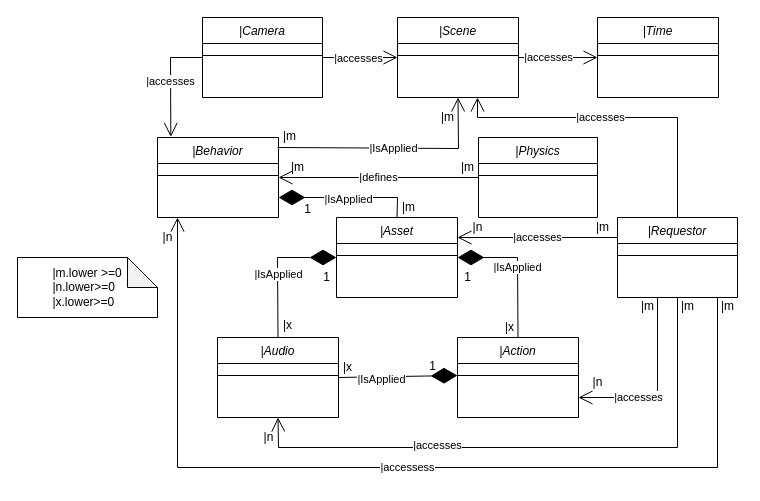
This is main.drawio from sai11101989/vrsemantics, a draw.io file, before an edit. Source tidied: cells renumbered, new cells numbered last; positions are measured from the earlier drawing's top-left corner, leaving out a move shared by most shapes. Both pictures are drawn from the tidied source at 100%, with x=0, y=0 at pixel (17, 17).
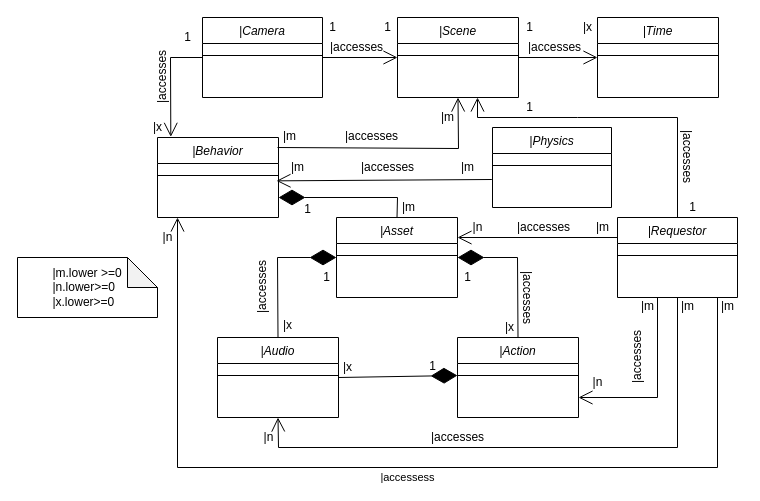
The same page after the edit.

The change refers to these unchanged cells:
```xml
<mxCell id="2" value="|Asset" style="swimlane;fontStyle=2;align=center;verticalAlign=top;horizontal=1;startSize=26;rounded=0;shadow=0;strokeWidth=1;" parent="1" vertex="1">
  <mxGeometry x="319" y="200" width="121" height="80" as="geometry" />
</mxCell>
<mxCell id="4" value="|Action" style="swimlane;fontStyle=2;align=center;verticalAlign=top;horizontal=1;startSize=26;rounded=0;shadow=0;strokeWidth=1;" parent="1" vertex="1">
  <mxGeometry x="440" y="320" width="121" height="80" as="geometry" />
</mxCell>
<mxCell id="8" value="|Scene" style="swimlane;fontStyle=2;align=center;verticalAlign=top;horizontal=1;startSize=26;rounded=0;shadow=0;strokeWidth=1;" parent="1" vertex="1">
  <mxGeometry x="380" width="121" height="80" as="geometry" />
</mxCell>
<mxCell id="12" value="|Behavior" style="swimlane;fontStyle=2;align=center;verticalAlign=top;horizontal=1;startSize=26;rounded=0;shadow=0;strokeWidth=1;" parent="1" vertex="1">
  <mxGeometry x="140" y="120" width="121" height="80" as="geometry" />
</mxCell>
<mxCell id="16" value="|Camera" style="swimlane;fontStyle=2;align=center;verticalAlign=top;horizontal=1;startSize=26;rounded=0;shadow=0;strokeWidth=1;" parent="1" vertex="1">
  <mxGeometry x="185" width="120" height="80" as="geometry" />
</mxCell>
<mxCell id="18" style="endArrow=diamondThin;endFill=1;endSize=24;html=1;rounded=0;exitX=0.5;exitY=0;exitDx=0;exitDy=0;entryX=0;entryY=0.5;entryDx=0;entryDy=0;" parent="1" edge="1" source="6" target="2">
  <mxGeometry relative="1" as="geometry">
    <Array as="points">
      <mxPoint x="260" y="240" />
    </Array>
  </mxGeometry>
</mxCell>
<mxCell id="20" style="endArrow=diamondThin;endFill=1;endSize=24;html=1;rounded=0;exitX=1;exitY=0.5;exitDx=0;exitDy=0;" parent="1" edge="1" source="6">
  <mxGeometry relative="1" as="geometry">
    <mxPoint x="440" y="358" as="targetPoint" />
  </mxGeometry>
</mxCell>
<mxCell id="23" style="endArrow=diamondThin;endFill=1;endSize=24;html=1;rounded=0;exitX=0.5;exitY=0;exitDx=0;exitDy=0;entryX=1;entryY=0.75;entryDx=0;entryDy=0;" parent="1" edge="1" source="2" target="12">
  <mxGeometry relative="1" as="geometry">
    <Array as="points">
      <mxPoint x="380" y="180" />
    </Array>
  </mxGeometry>
</mxCell>
<mxCell id="27" style="endArrow=open;endFill=1;endSize=12;html=1;rounded=0;exitX=1;exitY=0.5;exitDx=0;exitDy=0;entryX=0;entryY=0.5;entryDx=0;entryDy=0;" parent="1" edge="1" source="16" target="8">
  <mxGeometry relative="1" as="geometry" />
</mxCell>
<mxCell id="29" value="|Requestor" style="swimlane;fontStyle=2;align=center;verticalAlign=top;horizontal=1;startSize=26;rounded=0;shadow=0;strokeWidth=1;" parent="1" vertex="1">
  <mxGeometry x="600" y="200" width="120" height="80" as="geometry" />
</mxCell>
<mxCell id="34" style="endArrow=open;endFill=1;endSize=12;html=1;rounded=0;entryX=1;entryY=0.75;entryDx=0;entryDy=0;" parent="1" edge="1" target="4">
  <mxGeometry relative="1" as="geometry">
    <mxPoint x="640" y="280" as="sourcePoint" />
    <Array as="points">
      <mxPoint x="640" y="380" />
    </Array>
  </mxGeometry>
</mxCell>
<mxCell id="36" style="endArrow=open;endFill=1;endSize=12;html=1;rounded=0;exitX=0.5;exitY=1;exitDx=0;exitDy=0;entryX=0.5;entryY=1;entryDx=0;entryDy=0;" parent="1" edge="1" source="29" target="6">
  <mxGeometry relative="1" as="geometry">
    <Array as="points">
      <mxPoint x="660" y="430" />
      <mxPoint x="261" y="430" />
    </Array>
  </mxGeometry>
</mxCell>
<mxCell id="50" style="endArrow=open;endFill=1;endSize=12;html=1;rounded=0;exitX=1;exitY=0.5;exitDx=0;exitDy=0;entryX=0;entryY=0.5;entryDx=0;entryDy=0;" parent="1" edge="1" source="8" target="10">
  <mxGeometry relative="1" as="geometry" />
</mxCell>
<mxCell id="59" value="|m" style="text;html=1;align=center;verticalAlign=middle;points=[];strokeColor=none;fillColor=none;" parent="1" vertex="1">
  <mxGeometry x="435" y="140" width="30" height="20" as="geometry" />
</mxCell>
<mxCell id="60" value="|m" style="text;html=1;align=center;verticalAlign=middle;points=[];strokeColor=none;fillColor=none;" parent="1" vertex="1">
  <mxGeometry x="265" y="140" width="30" height="20" as="geometry" />
</mxCell>
```

Change to the diagram source:
```diff
@@
     <mxCell id="14" value="|Physics" style="swimlane;fontStyle=2;align=center;verticalAlign=top;horizontal=1;startSize=26;rounded=0;shadow=0;strokeWidth=1;" parent="1" vertex="1">
-      <mxGeometry x="461" y="120" width="119" height="80" as="geometry" />
+      <mxGeometry x="475" y="110" width="119" height="80" as="geometry" />
     </mxCell>
@@
-    <mxCell id="19" value="|IsApplied" style="edgeLabel;html=1;align=center;verticalAlign=middle;" parent="18" vertex="1">
-      <mxGeometry x="-0.08" relative="1" as="geometry" />
-    </mxCell>
@@
-    <mxCell id="21" value="|IsApplied" style="edgeLabel;html=1;align=center;verticalAlign=middle;" parent="20" vertex="1">
-      <mxGeometry x="-0.3" y="-2" relative="1" as="geometry" />
-    </mxCell>
-    <mxCell id="22" value="|IsApplied" style="endArrow=diamondThin;endFill=1;endSize=24;html=1;rounded=0;exitX=0.5;exitY=0;exitDx=0;exitDy=0;entryX=1;entryY=0.5;entryDx=0;entryDy=0;" parent="1" edge="1" source="4" target="2">
+    <mxCell id="22" style="endArrow=diamondThin;endFill=1;endSize=24;html=1;rounded=0;exitX=0.5;exitY=0;exitDx=0;exitDy=0;entryX=1;entryY=0.5;entryDx=0;entryDy=0;" parent="1" edge="1" source="4" target="2">
       <mxGeometry relative="1" as="geometry">
         <Array as="points">
           <mxPoint x="500" y="240" />
         </Array>
       </mxGeometry>
     </mxCell>
@@
-    <mxCell id="24" value="|IsApplied" style="edgeLabel;html=1;align=center;verticalAlign=middle;" parent="23" vertex="1">
-      <mxGeometry y="1" relative="1" as="geometry" />
-    </mxCell>
-    <mxCell id="25" value="|accesses" style="endArrow=open;endFill=1;endSize=12;html=1;rounded=0;exitX=0;exitY=0.5;exitDx=0;exitDy=0;entryX=0.11;entryY=-0.008;entryDx=0;entryDy=0;entryPerimeter=0;" parent="1" edge="1" source="16" target="12">
-      <mxGeometry relative="1" as="geometry">
+    <mxCell id="25" style="endArrow=open;endFill=1;endSize=12;html=1;rounded=0;exitX=0;exitY=0.5;exitDx=0;exitDy=0;entryX=0.11;entryY=-0.008;entryDx=0;entryDy=0;entryPerimeter=0;" parent="1" edge="1" source="16" target="12">
+      <mxGeometry x="-0.07" y="-13" relative="1" as="geometry">
         <Array as="points">
           <mxPoint x="153" y="40" />
         </Array>
       </mxGeometry>
     </mxCell>
-    <mxCell id="26" value="|IsApplied" style="endArrow=open;endFill=1;endSize=12;html=1;rounded=0;entryX=0.5;entryY=1;entryDx=0;entryDy=0;" parent="1" edge="1" target="8">
+    <mxCell id="26" style="endArrow=open;endFill=1;endSize=12;html=1;rounded=0;entryX=0.5;entryY=1;entryDx=0;entryDy=0;" parent="1" edge="1" target="8">
       <mxGeometry relative="1" as="geometry">
         <mxPoint x="260" y="130" as="sourcePoint" />
         <Array as="points">
           <mxPoint x="441" y="131" />
         </Array>
       </mxGeometry>
     </mxCell>
@@
-    <mxCell id="28" value="|accesses" style="edgeLabel;html=1;align=center;verticalAlign=middle;" parent="27" vertex="1">
-      <mxGeometry x="-0.4" relative="1" as="geometry">
-        <mxPoint x="12" as="offset" />
-      </mxGeometry>
-    </mxCell>
@@
     <mxCell id="31" style="endArrow=open;endFill=1;endSize=12;html=1;rounded=0;exitX=0.5;exitY=0;exitDx=0;exitDy=0;" parent="1" edge="1" source="29">
       <mxGeometry relative="1" as="geometry">
         <mxPoint x="460" y="80" as="targetPoint" />
         <Array as="points">
           <mxPoint x="660" y="100" />
+          <mxPoint x="560" y="100" />
           <mxPoint x="460" y="100" />
         </Array>
       </mxGeometry>
     </mxCell>
-    <mxCell id="32" value="|accesses" style="edgeLabel;html=1;align=center;verticalAlign=middle;" parent="31" vertex="1">
-      <mxGeometry x="0.11" y="-1" relative="1" as="geometry" />
-    </mxCell>
-    <mxCell id="33" value="|accesses" style="endArrow=open;endFill=1;endSize=12;html=1;rounded=0;exitX=0;exitY=0.25;exitDx=0;exitDy=0;entryX=1;entryY=0.25;entryDx=0;entryDy=0;" parent="1" edge="1" source="29" target="2">
-      <mxGeometry relative="1" as="geometry" />
-    </mxCell>
@@
-    <mxCell id="35" value="|accesses" style="edgeLabel;html=1;align=center;verticalAlign=middle;" parent="34" vertex="1">
-      <mxGeometry x="0.34" y="-1" relative="1" as="geometry" />
-    </mxCell>
@@
-    <mxCell id="37" value="|accesses" style="edgeLabel;html=1;align=center;verticalAlign=middle;" parent="36" vertex="1">
-      <mxGeometry x="0.35" y="-3" relative="1" as="geometry" />
-    </mxCell>
     <mxCell id="38" value="|accessess" style="endArrow=open;endFill=1;endSize=12;html=1;rounded=0;" parent="1" edge="1">
-      <mxGeometry relative="1" as="geometry">
+      <mxGeometry y="10" relative="1" as="geometry">
         <mxPoint x="700" y="280" as="sourcePoint" />
         <mxPoint x="160" y="200" as="targetPoint" />
         <Array as="points">
           <mxPoint x="700" y="450" />
           <mxPoint x="160" y="450" />
         </Array>
       </mxGeometry>
     </mxCell>
@@
-    <mxCell id="49" value="|defines" style="endArrow=open;endFill=1;endSize=12;html=1;rounded=0;exitX=0;exitY=0.5;exitDx=0;exitDy=0;entryX=1;entryY=0.5;entryDx=0;entryDy=0;" parent="1" edge="1" source="14" target="12">
-      <mxGeometry relative="1" as="geometry" />
-    </mxCell>
@@
-    <mxCell id="51" value="|accesses" style="edgeLabel;html=1;align=center;verticalAlign=middle;" parent="50" vertex="1">
-      <mxGeometry x="-0.27" y="1" relative="1" as="geometry" />
-    </mxCell>
@@
+    <mxCell id="63" value="|accesses" style="text;html=1;align=center;verticalAlign=middle;strokeColor=none;fillColor=none;" parent="1" vertex="1">
+      <mxGeometry x="304" y="20" width="70" height="20" as="geometry" />
+    </mxCell>
+    <mxCell id="64" value="|accesses" style="text;html=1;align=center;verticalAlign=middle;strokeColor=none;fillColor=none;" parent="1" vertex="1">
+      <mxGeometry x="502" y="20" width="70" height="20" as="geometry" />
+    </mxCell>
+    <mxCell id="65" value="|accesses" style="text;html=1;align=center;verticalAlign=middle;strokeColor=none;fillColor=none;rotation=-90;" parent="1" vertex="1">
+      <mxGeometry x="110" y="50" width="70" height="20" as="geometry" />
+    </mxCell>
+    <mxCell id="66" value="|accesses" style="text;html=1;align=center;verticalAlign=middle;strokeColor=none;fillColor=none;rotation=90;" parent="1" vertex="1">
+      <mxGeometry x="635" y="129" width="70" height="20" as="geometry" />
+    </mxCell>
+    <mxCell id="67" value="|accesses" style="text;html=1;align=center;verticalAlign=middle;strokeColor=none;fillColor=none;" parent="1" vertex="1">
+      <mxGeometry x="319" y="109" width="70" height="20" as="geometry" />
+    </mxCell>
+    <mxCell id="68" value="|accesses" style="text;html=1;align=center;verticalAlign=middle;strokeColor=none;fillColor=none;" parent="1" vertex="1">
+      <mxGeometry x="335" y="140" width="70" height="20" as="geometry" />
+    </mxCell>
+    <mxCell id="69" style="endArrow=open;endFill=1;endSize=12;html=1;rounded=0;" parent="1" edge="1">
+      <mxGeometry relative="1" as="geometry">
+        <mxPoint x="600" y="220" as="sourcePoint" />
+        <mxPoint x="440" y="220" as="targetPoint" />
+      </mxGeometry>
+    </mxCell>
+    <mxCell id="70" value="|accesses" style="text;html=1;align=center;verticalAlign=middle;strokeColor=none;fillColor=none;rotation=0;" parent="1" vertex="1">
+      <mxGeometry x="405" y="410" width="70" height="20" as="geometry" />
+    </mxCell>
+    <mxCell id="71" value="|accesses" style="text;html=1;align=center;verticalAlign=middle;strokeColor=none;fillColor=none;rotation=0;" parent="1" vertex="1">
+      <mxGeometry x="491" y="200" width="70" height="20" as="geometry" />
+    </mxCell>
+    <mxCell id="72" value="|accesses" style="text;html=1;align=center;verticalAlign=middle;strokeColor=none;fillColor=none;rotation=90;" parent="1" vertex="1">
+      <mxGeometry x="475" y="270" width="70" height="20" as="geometry" />
+    </mxCell>
+    <mxCell id="73" value="|accesses" style="text;html=1;align=center;verticalAlign=middle;strokeColor=none;fillColor=none;rotation=-90;" parent="1" vertex="1">
+      <mxGeometry x="210" y="260" width="70" height="20" as="geometry" />
+    </mxCell>
+    <mxCell id="74" style="endArrow=open;endFill=1;endSize=12;html=1;rounded=0;exitX=1.311;exitY=1.1;exitDx=0;exitDy=0;exitPerimeter=0;entryX=-0.2;entryY=1.167;entryDx=0;entryDy=0;entryPerimeter=0;" parent="1" edge="1" source="59" target="60">
+      <mxGeometry relative="1" as="geometry" />
+    </mxCell>
+    <mxCell id="75" value="1" style="text;html=1;align=center;verticalAlign=middle;strokeColor=none;fillColor=none;" parent="1" vertex="1">
+      <mxGeometry x="665" y="180" width="20" height="20" as="geometry" />
+    </mxCell>
+    <mxCell id="76" value="1" style="text;html=1;align=center;verticalAlign=middle;strokeColor=none;fillColor=none;" parent="1" vertex="1">
+      <mxGeometry x="502" y="80" width="20" height="20" as="geometry" />
+    </mxCell>
+    <mxCell id="77" value="1" style="text;html=1;align=center;verticalAlign=middle;strokeColor=none;fillColor=none;" parent="1" vertex="1">
+      <mxGeometry x="305" width="20" height="20" as="geometry" />
+    </mxCell>
+    <mxCell id="78" value="1" style="text;html=1;align=center;verticalAlign=middle;strokeColor=none;fillColor=none;" parent="1" vertex="1">
+      <mxGeometry x="360" width="20" height="20" as="geometry" />
+    </mxCell>
+    <mxCell id="79" value="1" style="text;html=1;align=center;verticalAlign=middle;strokeColor=none;fillColor=none;" parent="1" vertex="1">
+      <mxGeometry x="502" width="20" height="20" as="geometry" />
+    </mxCell>
+    <mxCell id="80" value="|x" style="text;html=1;align=center;verticalAlign=middle;strokeColor=none;fillColor=none;" parent="1" vertex="1">
+      <mxGeometry x="560" width="20" height="20" as="geometry" />
+    </mxCell>
+    <mxCell id="81" value="1" style="text;html=1;align=center;verticalAlign=middle;strokeColor=none;fillColor=none;" parent="1" vertex="1">
+      <mxGeometry x="160" y="10" width="20" height="20" as="geometry" />
+    </mxCell>
+    <mxCell id="82" value="|x" style="text;html=1;align=center;verticalAlign=middle;strokeColor=none;fillColor=none;" parent="1" vertex="1">
+      <mxGeometry x="130" y="100" width="20" height="20" as="geometry" />
+    </mxCell>
+    <mxCell id="83" value="|accesses" style="text;html=1;align=center;verticalAlign=middle;strokeColor=none;fillColor=none;rotation=-90;" parent="1" vertex="1">
+      <mxGeometry x="585" y="330" width="70" height="20" as="geometry" />
+    </mxCell>
```
